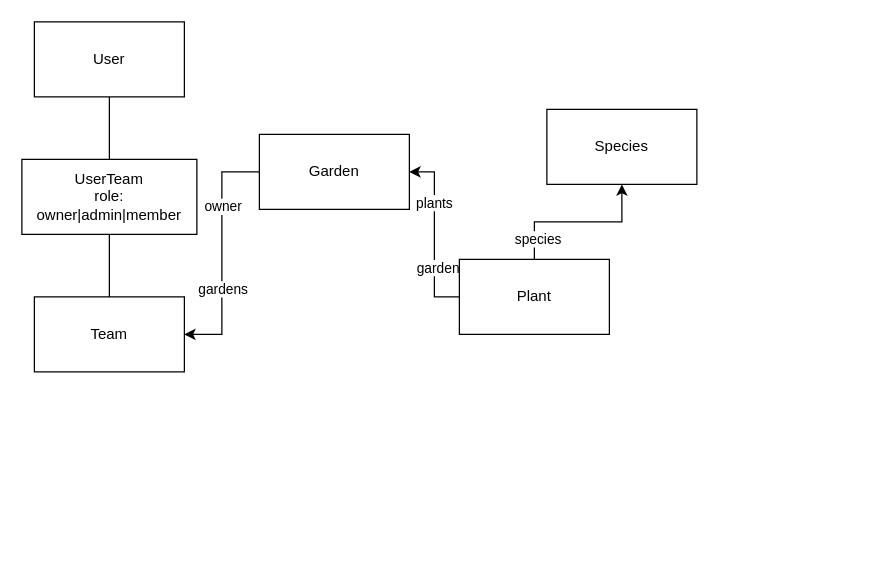
Above: doc/schema.drawio in barrywark/garden-api (draw.io), before the change. Source tidied: cells renumbered, new cells numbered last; positions are measured from the earlier drawing's top-left corner, leaving out a move shared by most shapes. Both pictures are drawn from the tidied source at 125%, with x=0, y=0 at pixel (21, 21).
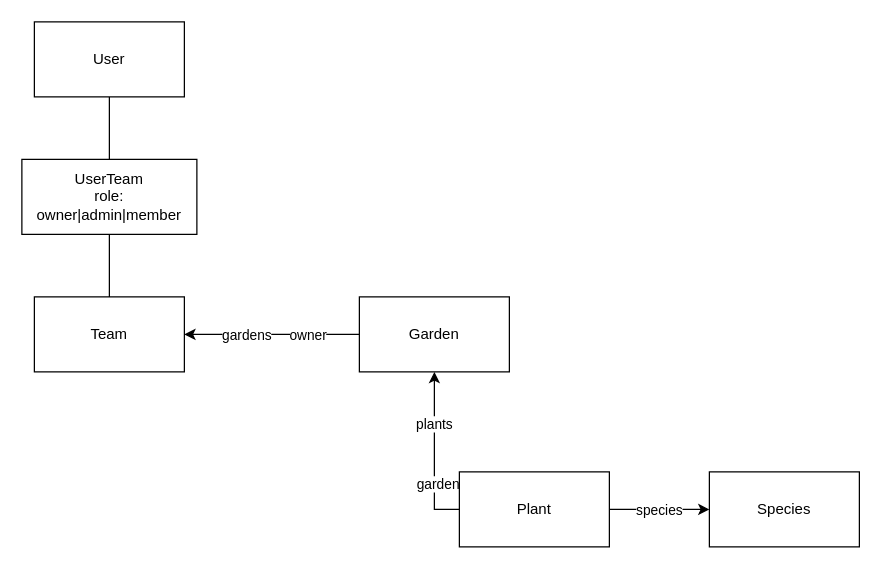
After the change.

Diff of the diagram source:
```diff
@@
 <mxGraphModel>
   <root>
     <mxCell id="0" />
     <mxCell id="1" parent="0" />
     <mxCell id="2" style="edgeStyle=orthogonalEdgeStyle;rounded=0;jettySize=auto;html=1;entryX=0;entryY=0.5;entryDx=0;entryDy=0;startArrow=classic;startFill=1;endArrow=none;endFill=0;exitX=1;exitY=0.5;exitDx=0;exitDy=0;" parent="1" edge="1" source="15" target="10">
       <mxGeometry relative="1" as="geometry" />
     </mxCell>
     <mxCell id="3" value="gardens" style="edgeLabel;html=1;align=center;verticalAlign=middle;" parent="2" vertex="1">
       <mxGeometry x="-0.3" relative="1" as="geometry" />
     </mxCell>
     <mxCell id="4" value="owner" style="edgeLabel;html=1;align=center;verticalAlign=middle;" parent="2" vertex="1">
       <mxGeometry x="0.4" relative="1" as="geometry" />
     </mxCell>
     <mxCell id="5" style="edgeStyle=orthogonalEdgeStyle;rounded=0;jettySize=auto;html=1;entryX=0.5;entryY=0;entryDx=0;entryDy=0;startArrow=none;startFill=0;endArrow=none;endFill=0;" parent="1" edge="1" source="6" target="17">
       <mxGeometry relative="1" as="geometry" />
     </mxCell>
     <mxCell id="6" value="User" style="rounded=0;whiteSpace=wrap;html=1;" parent="1" vertex="1">
       <mxGeometry x="10" width="120" height="60" as="geometry" />
     </mxCell>
     <mxCell id="7" style="edgeStyle=orthogonalEdgeStyle;rounded=0;jettySize=auto;html=1;entryX=0;entryY=0.5;entryDx=0;entryDy=0;endArrow=none;endFill=0;startArrow=classic;startFill=1;" parent="1" edge="1" source="10" target="13">
       <mxGeometry relative="1" as="geometry" />
     </mxCell>
     <mxCell id="8" value="plants" style="edgeLabel;html=1;align=center;verticalAlign=middle;" parent="7" vertex="1">
       <mxGeometry x="-0.37" y="-1" relative="1" as="geometry" />
     </mxCell>
     <mxCell id="9" value="garden" style="edgeLabel;html=1;align=center;verticalAlign=middle;" parent="7" vertex="1">
       <mxGeometry x="0.37" y="2" relative="1" as="geometry" />
     </mxCell>
     <mxCell id="10" value="Garden" style="rounded=0;whiteSpace=wrap;html=1;" parent="1" vertex="1">
-      <mxGeometry x="190" y="90" width="120" height="60" as="geometry" />
+      <mxGeometry x="270" y="220" width="120" height="60" as="geometry" />
     </mxCell>
-    <mxCell id="11" style="edgeStyle=orthogonalEdgeStyle;rounded=0;jettySize=auto;html=1;exitX=0.5;exitY=0;exitDx=0;exitDy=0;entryX=0.5;entryY=1;entryDx=0;entryDy=0;" parent="1" edge="1" source="13" target="14">
+    <mxCell id="11" style="edgeStyle=orthogonalEdgeStyle;rounded=0;jettySize=auto;html=1;exitX=1;exitY=0.5;exitDx=0;exitDy=0;entryX=0;entryY=0.5;entryDx=0;entryDy=0;" parent="1" edge="1" source="13" target="14">
       <mxGeometry relative="1" as="geometry" />
     </mxCell>
     <mxCell id="12" value="species" style="edgeLabel;html=1;align=center;verticalAlign=middle;" parent="11" vertex="1">
-      <mxGeometry x="-0.74" y="-2" relative="1" as="geometry" />
+      <mxGeometry x="-0.74" y="-2" relative="1" as="geometry">
+        <mxPoint x="29" y="-2" as="offset" />
+      </mxGeometry>
     </mxCell>
     <mxCell id="13" value="Plant" style="rounded=0;whiteSpace=wrap;html=1;" parent="1" vertex="1">
-      <mxGeometry x="350" y="190" width="120" height="60" as="geometry" />
+      <mxGeometry x="350" y="360" width="120" height="60" as="geometry" />
     </mxCell>
     <mxCell id="14" value="Species" style="rounded=0;whiteSpace=wrap;html=1;" parent="1" vertex="1">
-      <mxGeometry x="420" y="70" width="120" height="60" as="geometry" />
+      <mxGeometry x="550" y="360" width="120" height="60" as="geometry" />
     </mxCell>
     <mxCell id="15" value="Team" style="rounded=0;whiteSpace=wrap;html=1;" parent="1" vertex="1">
       <mxGeometry x="10" y="220" width="120" height="60" as="geometry" />
     </mxCell>
     <mxCell id="16" style="edgeStyle=orthogonalEdgeStyle;rounded=0;jettySize=auto;html=1;exitX=0.5;exitY=1;exitDx=0;exitDy=0;startArrow=none;startFill=0;endArrow=none;endFill=0;" parent="1" edge="1" source="17" target="15">
       <mxGeometry relative="1" as="geometry" />
     </mxCell>
     <mxCell id="17" value="UserTeam&lt;br&gt;role: owner|admin|member" style="rounded=0;whiteSpace=wrap;html=1;" parent="1" vertex="1">
       <mxGeometry y="110" width="140" height="60" as="geometry" />
     </mxCell>
   </root>
 </mxGraphModel>
```
